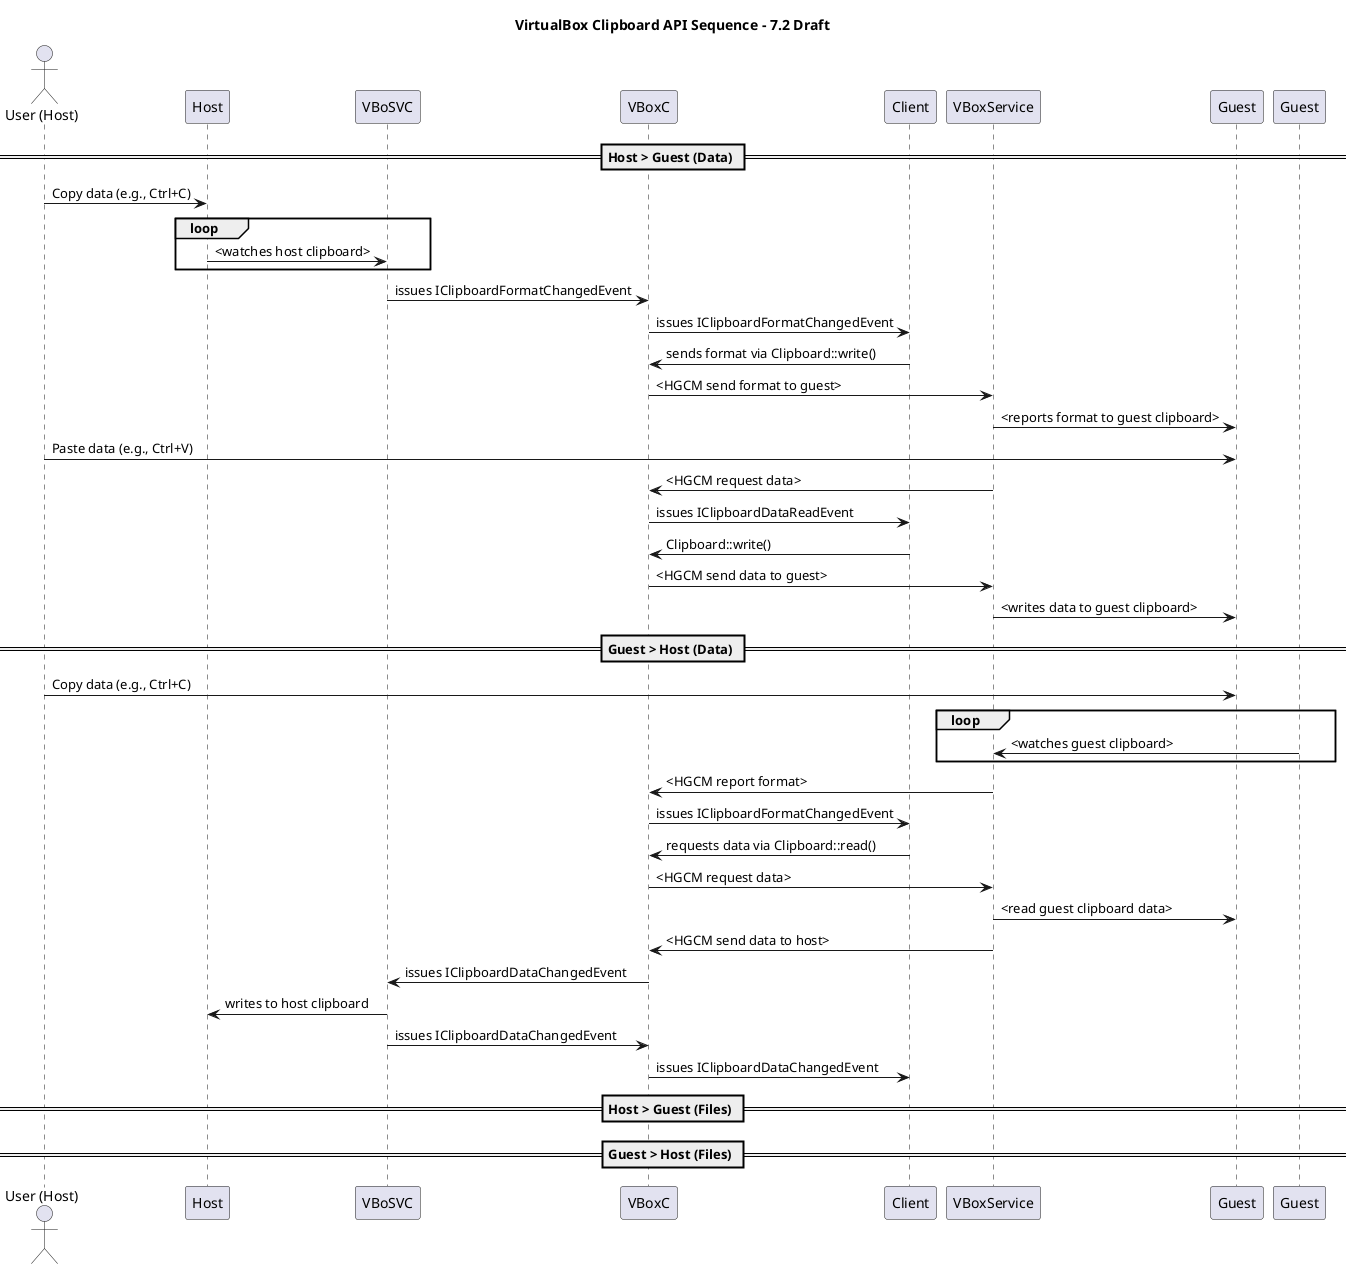
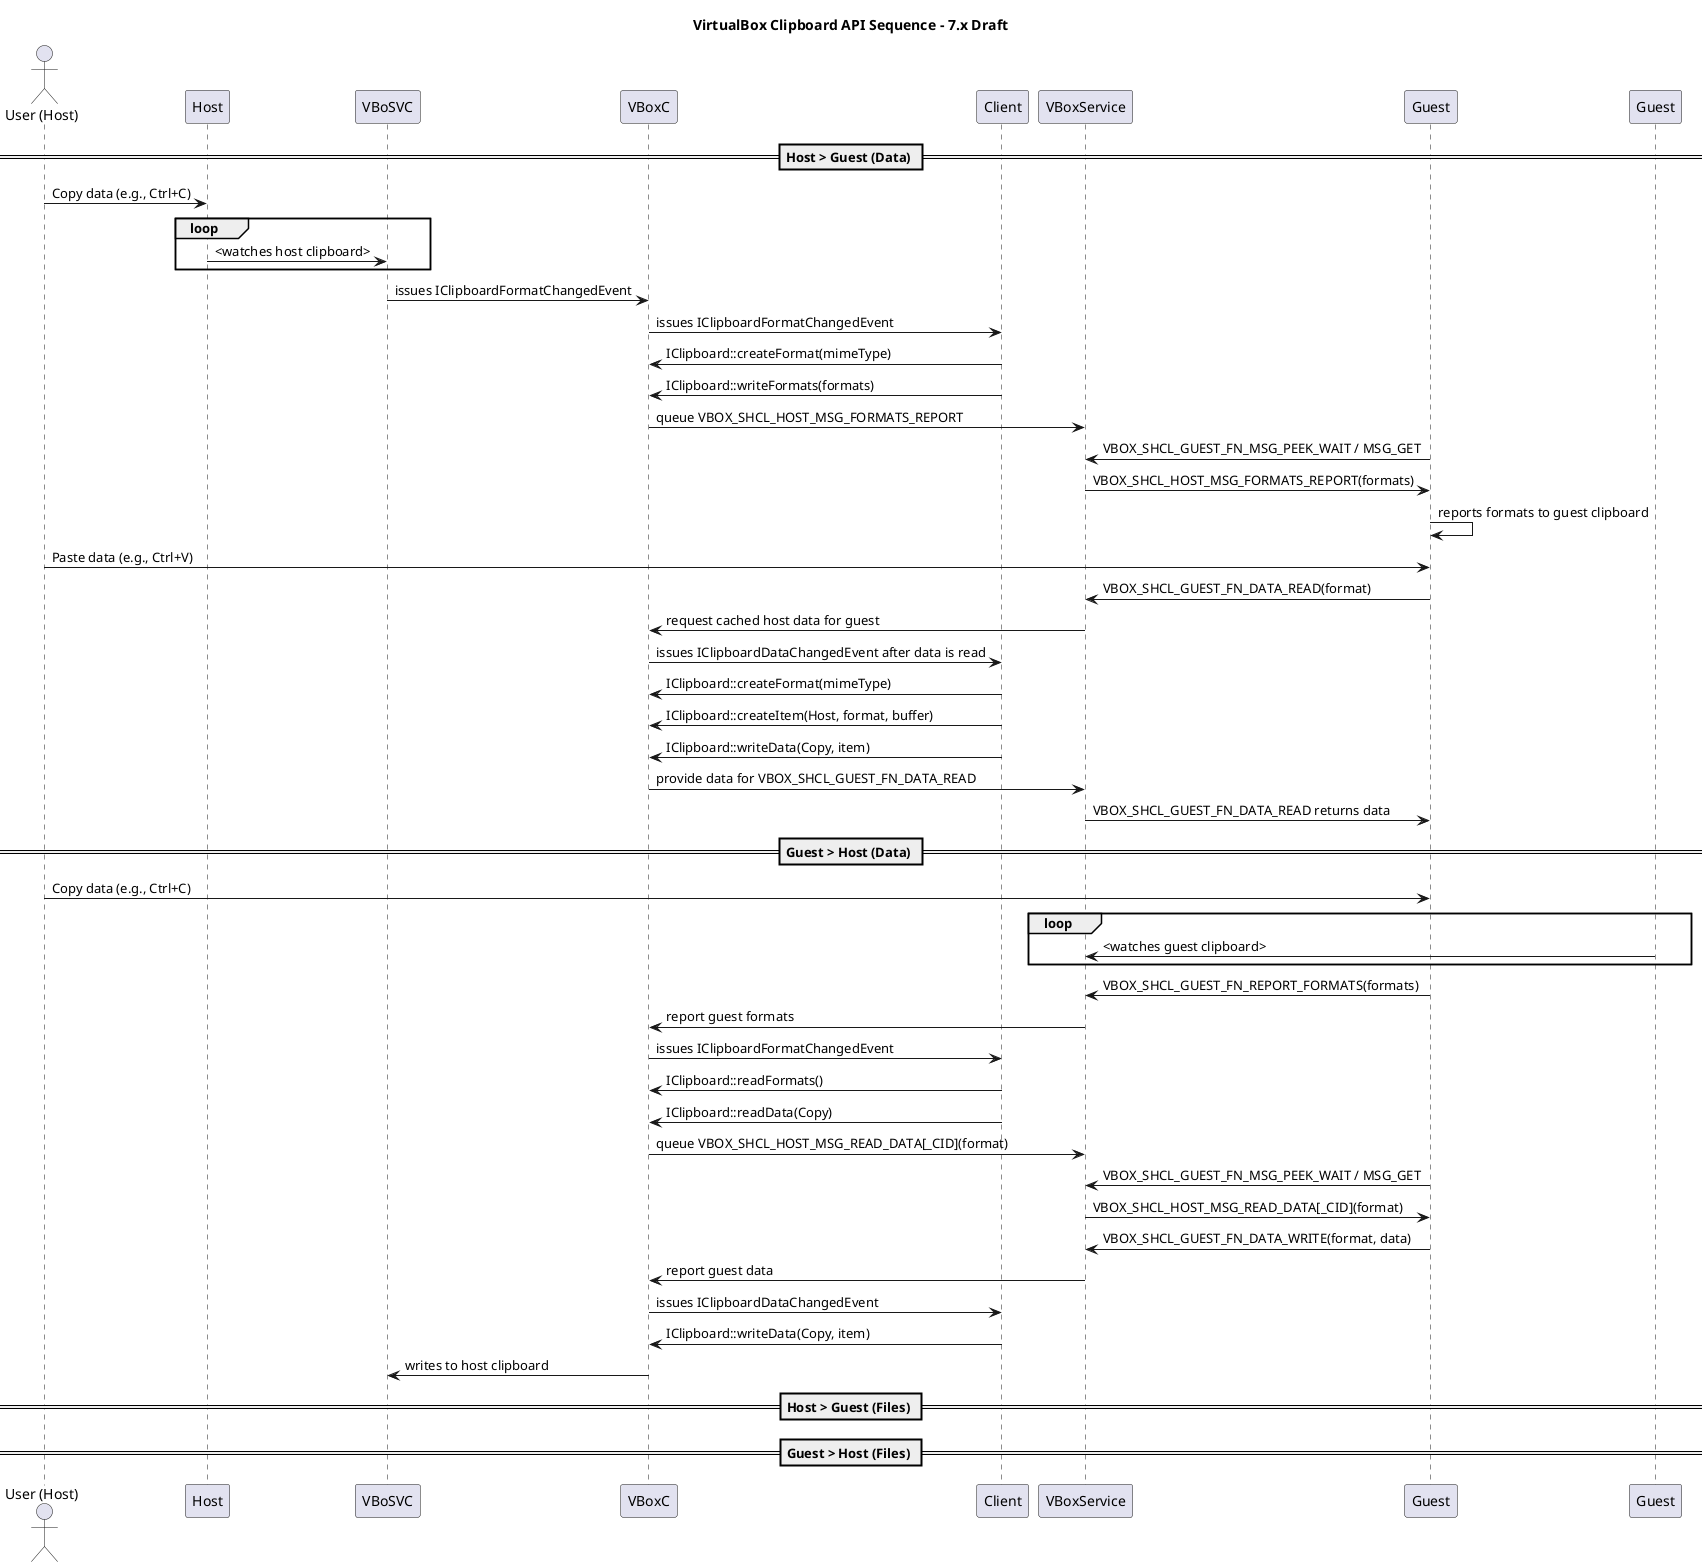
- ' $Id: clipboard_sequence.iuml 113990 2026-04-23 14:00:31Z knut.osmundsen@oracle.com $
+ ' $Id: clipboard_sequence.iuml 114405 2026-06-17 13:18:09Z andreas.loeffler@oracle.com $
'' @file
' UML definition for PlantUML - VirtualBox Clipboard Sequence - Draft
'

'
' Copyright (C) 2025-2026 Oracle and/or its affiliates.
'
' This file is part of VirtualBox base platform packages, as
' available from https://www.virtualbox.org.
'
' This program is free software; you can redistribute it and/or
' modify it under the terms of the GNU General Public License
' as published by the Free Software Foundation, in version 3 of the
' License.
'
' This program is distributed in the hope that it will be useful, but
' WITHOUT ANY WARRANTY; without even the implied warranty of
' MERCHANTABILITY or FITNESS FOR A PARTICULAR PURPOSE.  See the GNU
' General Public License for more details.
'
' You should have received a copy of the GNU General Public License
' along with this program; if not, see <https://www.gnu.org/licenses>.
'
' SPDX-License-Identifier: GPL-3.0-only
'

@startuml
- title VirtualBox Clipboard API Sequence - 7.2 Draft
+ title VirtualBox Clipboard API Sequence - 7.x Draft
hide empty description

actor "User (Host)" as U
participant Host as H
participant "VBoSVC" as VBoxSVC
participant "VBoxC" as VBoxC
participant "Client" as Client
participant VBoxService as VBoxService
participant Guest as G

== Host > Guest (Data) ==

U -> H: Copy data (e.g., Ctrl+C)
loop
  H -> VBoxSVC: <watches host clipboard>
end
VBoxSVC -> VBoxC: issues IClipboardFormatChangedEvent
VBoxC -> Client: issues IClipboardFormatChangedEvent
- Client -> VBoxC : sends format via Clipboard::write()
- VBoxC -> VBoxService  : <HGCM send format to guest>
- VBoxService -> G  : <reports format to guest clipboard>
+ Client -> VBoxC : IClipboard::createFormat(mimeType)
+ Client -> VBoxC : IClipboard::writeFormats(formats)
+ VBoxC -> VBoxService  : queue VBOX_SHCL_HOST_MSG_FORMATS_REPORT
+ G -> VBoxService : VBOX_SHCL_GUEST_FN_MSG_PEEK_WAIT / MSG_GET
+ VBoxService -> G  : VBOX_SHCL_HOST_MSG_FORMATS_REPORT(formats)
+ G -> G : reports formats to guest clipboard
U -> G: Paste data (e.g., Ctrl+V)
- VBoxService -> VBoxC  : <HGCM request data>
- VBoxC -> Client : issues IClipboardDataReadEvent
- Client -> VBoxC : Clipboard::write()
- VBoxC -> VBoxService  : <HGCM send data to guest>
- VBoxService -> G  : <writes data to guest clipboard>
+ G -> VBoxService  : VBOX_SHCL_GUEST_FN_DATA_READ(format)
+ VBoxService -> VBoxC  : request cached host data for guest
+ VBoxC -> Client : issues IClipboardDataChangedEvent after data is read
+ Client -> VBoxC : IClipboard::createFormat(mimeType)
+ Client -> VBoxC : IClipboard::createItem(Host, format, buffer)
+ Client -> VBoxC : IClipboard::writeData(Copy, item)
+ VBoxC -> VBoxService  : provide data for VBOX_SHCL_GUEST_FN_DATA_READ
+ VBoxService -> G  : VBOX_SHCL_GUEST_FN_DATA_READ returns data

== Guest > Host (Data) ==

U -> G: Copy data (e.g., Ctrl+C)
loop
  Guest -> VBoxService : <watches guest clipboard>
end
- VBoxService -> VBoxC : <HGCM report format>
+ G -> VBoxService : VBOX_SHCL_GUEST_FN_REPORT_FORMATS(formats)
+ VBoxService -> VBoxC : report guest formats
VBoxC -> Client: issues IClipboardFormatChangedEvent
- Client -> VBoxC : requests data via Clipboard::read()
- VBoxC -> VBoxService : <HGCM request data>
- VBoxService -> G : <read guest clipboard data>
- VBoxService -> VBoxC : <HGCM send data to host>
- VBoxC -> VBoxSVC : issues IClipboardDataChangedEvent
- VBoxSVC -> H : writes to host clipboard
- VBoxSVC -> VBoxC : issues IClipboardDataChangedEvent
+ Client -> VBoxC : IClipboard::readFormats()
+ Client -> VBoxC : IClipboard::readData(Copy)
+ VBoxC -> VBoxService : queue VBOX_SHCL_HOST_MSG_READ_DATA[_CID](format)
+ G -> VBoxService : VBOX_SHCL_GUEST_FN_MSG_PEEK_WAIT / MSG_GET
+ VBoxService -> G : VBOX_SHCL_HOST_MSG_READ_DATA[_CID](format)
+ G -> VBoxService : VBOX_SHCL_GUEST_FN_DATA_WRITE(format, data)
+ VBoxService -> VBoxC : report guest data
VBoxC -> Client : issues IClipboardDataChangedEvent
+ Client -> VBoxC : IClipboard::writeData(Copy, item)
+ VBoxC -> VBoxSVC : writes to host clipboard

== Host > Guest (Files) ==

' TBD

== Guest > Host (Files) ==

' TBD

@enduml
- ' EOF+ ' EOF
